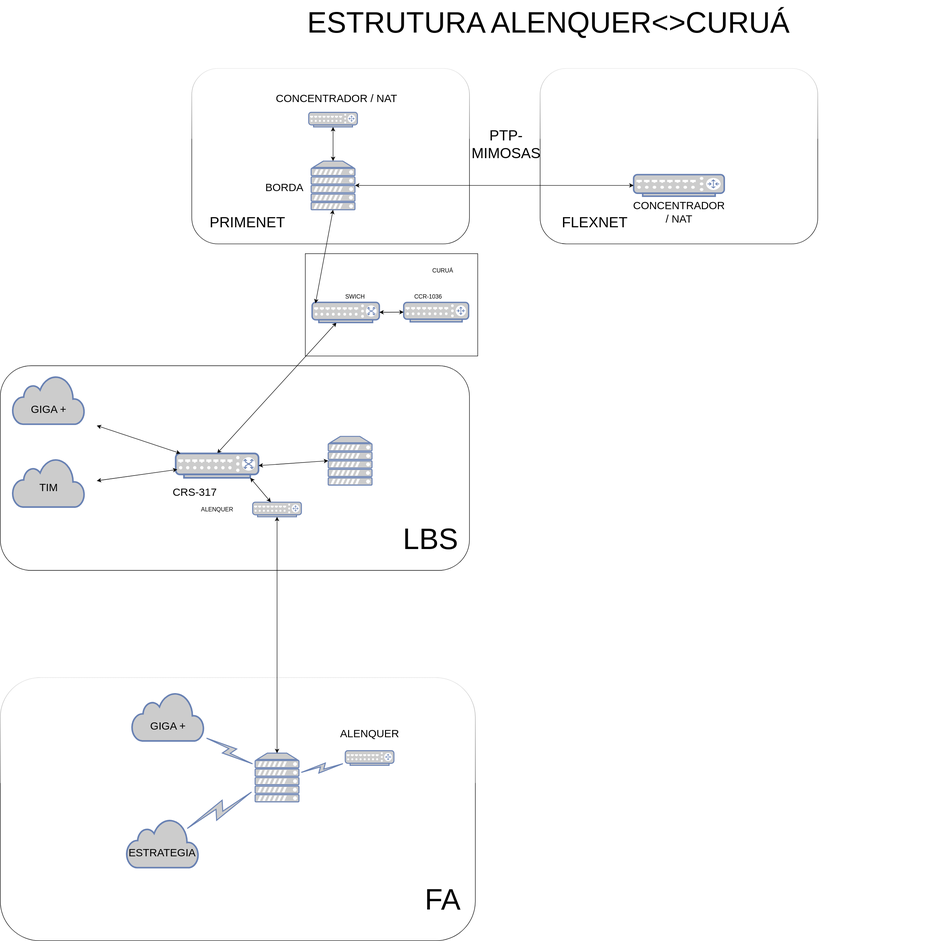
PauloOliveiraNOC/check_site_zabbix keeps this draw.io diagram as Diagrama sem nome.drawio.svg. Above is the earlier version. Source tidied: cells renumbered, new cells last; positions are measured from the earlier drawing's top-left corner, leaving out a move shared by most shapes. Its diagram source:
```xml
<mxGraphModel>
  <root>
    <mxCell id="0" />
    <mxCell id="1" parent="0" />
    <mxCell id="2" style="rounded=0;whiteSpace=wrap;html=1;" parent="1" vertex="1">
      <mxGeometry x="626" y="520" width="354" height="210" as="geometry" />
    </mxCell>
    <mxCell id="3" value="SWICH&lt;div&gt;&lt;br&gt;&lt;/div&gt;" style="text;html=1;align=center;verticalAlign=middle;whiteSpace=wrap;rounded=0;" parent="1" vertex="1">
      <mxGeometry x="628" y="570" width="200" height="90" as="geometry" />
    </mxCell>
    <mxCell id="4" style="rounded=1;whiteSpace=wrap;html=1;glass=1;" parent="1" vertex="1">
      <mxGeometry x="393" y="140" width="570" height="360" as="geometry" />
    </mxCell>
    <mxCell id="5" style="rounded=1;whiteSpace=wrap;html=1;glass=0;" parent="1" vertex="1">
      <mxGeometry y="750" width="963" height="420" as="geometry" />
    </mxCell>
    <mxCell id="6" style="html=1;fillColor=#CCCCCC;strokeColor=#6881B3;gradientColor=none;gradientDirection=north;strokeWidth=2;shape=mxgraph.networks.cloud;fontColor=#ffffff;" parent="1" vertex="1">
      <mxGeometry x="25" y="770" width="148" height="100" as="geometry" />
    </mxCell>
    <mxCell id="7" style="fontColor=#0066CC;verticalAlign=top;verticalLabelPosition=bottom;labelPosition=center;align=center;html=1;outlineConnect=0;fillColor=#CCCCCC;strokeColor=#6881B3;gradientColor=none;gradientDirection=north;strokeWidth=2;shape=mxgraph.networks.server;" parent="1" vertex="1">
      <mxGeometry x="673" y="895" width="90" height="100" as="geometry" />
    </mxCell>
    <mxCell id="8" value="&lt;font style=&quot;font-size: 22px;&quot;&gt;GIGA +&lt;/font&gt;" style="text;html=1;align=center;verticalAlign=middle;whiteSpace=wrap;rounded=0;" parent="1" vertex="1">
      <mxGeometry y="790" width="198" height="100" as="geometry" />
    </mxCell>
    <mxCell id="9" style="fontColor=#0066CC;verticalAlign=top;verticalLabelPosition=bottom;labelPosition=center;align=center;html=1;outlineConnect=0;fillColor=#CCCCCC;strokeColor=#6881B3;gradientColor=none;gradientDirection=north;strokeWidth=2;shape=mxgraph.networks.router;" parent="1" vertex="1">
      <mxGeometry x="518" y="1030" width="100" height="30" as="geometry" />
    </mxCell>
    <mxCell id="10" style="fontColor=#0066CC;verticalAlign=top;verticalLabelPosition=bottom;labelPosition=center;align=center;html=1;outlineConnect=0;fillColor=#CCCCCC;strokeColor=#6881B3;gradientColor=none;gradientDirection=north;strokeWidth=2;shape=mxgraph.networks.router;" parent="1" vertex="1">
      <mxGeometry x="828" y="620" width="133.3" height="40" as="geometry" />
    </mxCell>
    <mxCell id="11" value="CURUÁ" style="text;html=1;align=center;verticalAlign=middle;whiteSpace=wrap;rounded=0;" parent="1" vertex="1">
      <mxGeometry x="808" y="510" width="200" height="90" as="geometry" />
    </mxCell>
    <mxCell id="12" value="ALENQUER" style="text;html=1;align=center;verticalAlign=middle;whiteSpace=wrap;rounded=0;" parent="1" vertex="1">
      <mxGeometry x="345" y="1000" width="200" height="90" as="geometry" />
    </mxCell>
    <mxCell id="13" value="&lt;font style=&quot;font-size: 60px;&quot;&gt;LBS&lt;/font&gt;" style="text;html=1;align=center;verticalAlign=middle;whiteSpace=wrap;rounded=0;spacing=12;" parent="1" vertex="1">
      <mxGeometry x="783" y="1060" width="200" height="90" as="geometry" />
    </mxCell>
    <mxCell id="14" style="fontColor=#0066CC;verticalAlign=top;verticalLabelPosition=bottom;labelPosition=center;align=center;html=1;outlineConnect=0;fillColor=#CCCCCC;strokeColor=#6881B3;gradientColor=none;gradientDirection=north;strokeWidth=2;shape=mxgraph.networks.server;" parent="1" vertex="1">
      <mxGeometry x="638" y="330" width="90" height="100" as="geometry" />
    </mxCell>
    <mxCell id="15" style="endArrow=classic;startArrow=classic;html=1;rounded=0;exitX=0.5;exitY=0;exitDx=0;exitDy=0;exitPerimeter=0;" parent="1" edge="1" source="48" target="20">
      <mxGeometry relative="1" as="geometry" />
    </mxCell>
    <mxCell id="16" style="fontColor=#0066CC;verticalAlign=top;verticalLabelPosition=bottom;labelPosition=center;align=center;html=1;outlineConnect=0;fillColor=#CCCCCC;strokeColor=#6881B3;gradientColor=none;gradientDirection=north;strokeWidth=2;shape=mxgraph.networks.router;" parent="1" vertex="1">
      <mxGeometry x="633" y="230" width="100" height="30" as="geometry" />
    </mxCell>
    <mxCell id="17" style="endArrow=classic;startArrow=classic;html=1;rounded=0;exitX=0.5;exitY=0;exitDx=0;exitDy=0;exitPerimeter=0;entryX=0.5;entryY=1;entryDx=0;entryDy=0;entryPerimeter=0;" parent="1" edge="1" source="14" target="16">
      <mxGeometry relative="1" as="geometry" />
    </mxCell>
    <mxCell id="18" value="&lt;font style=&quot;font-size: 22px;&quot;&gt;BORDA&lt;/font&gt;" style="text;html=1;align=center;verticalAlign=middle;whiteSpace=wrap;rounded=0;" parent="1" vertex="1">
      <mxGeometry x="483" y="340" width="200" height="90" as="geometry" />
    </mxCell>
    <mxCell id="19" value="CONCENTRADOR / NAT" style="text;html=1;align=center;verticalAlign=middle;whiteSpace=wrap;rounded=0;fontSize=22;" parent="1" vertex="1">
      <mxGeometry x="530" y="130" width="319.7" height="143.8" as="geometry" />
    </mxCell>
    <mxCell id="20" style="fontColor=#0066CC;verticalAlign=top;verticalLabelPosition=bottom;labelPosition=center;align=center;html=1;outlineConnect=0;fillColor=#CCCCCC;strokeColor=#6881B3;gradientColor=none;gradientDirection=north;strokeWidth=2;shape=mxgraph.networks.switch;" parent="1" vertex="1">
      <mxGeometry x="640" y="620" width="138" height="41.4" as="geometry" />
    </mxCell>
    <mxCell id="21" style="endArrow=classic;startArrow=classic;html=1;rounded=0;entryX=0;entryY=0.5;entryDx=0;entryDy=0;entryPerimeter=0;" parent="1" edge="1" source="3" target="10">
      <mxGeometry relative="1" as="geometry" />
    </mxCell>
    <mxCell id="22" style="endArrow=classic;startArrow=classic;html=1;rounded=0;entryX=0;entryY=0.5;entryDx=0;entryDy=0;entryPerimeter=0;" parent="1" edge="1" source="20" target="10">
      <mxGeometry relative="1" as="geometry" />
    </mxCell>
    <mxCell id="23" value="&lt;div&gt;CCR-1036&lt;/div&gt;&lt;div&gt;&lt;br&gt;&lt;/div&gt;" style="text;html=1;align=center;verticalAlign=middle;whiteSpace=wrap;rounded=0;" parent="1" vertex="1">
      <mxGeometry x="778" y="570" width="200" height="90" as="geometry" />
    </mxCell>
    <mxCell id="24" style="endArrow=classic;startArrow=classic;html=1;rounded=0;exitX=0.5;exitY=1;exitDx=0;exitDy=0;exitPerimeter=0;entryX=0.05;entryY=0.05;entryDx=0;entryDy=0;entryPerimeter=0;" parent="1" edge="1" source="14" target="20">
      <mxGeometry relative="1" as="geometry" />
    </mxCell>
    <mxCell id="25" value="&lt;font style=&quot;font-size: 30px;&quot;&gt;PRIMENET&lt;/font&gt;" style="text;html=1;align=center;verticalAlign=middle;whiteSpace=wrap;rounded=0;spacing=12;" parent="1" vertex="1">
      <mxGeometry x="407" y="410" width="200" height="90" as="geometry" />
    </mxCell>
    <mxCell id="26" style="rounded=1;whiteSpace=wrap;html=1;glass=1;" parent="1" vertex="1">
      <mxGeometry x="1108" y="140" width="570" height="360" as="geometry" />
    </mxCell>
    <mxCell id="27" style="fontColor=#0066CC;verticalAlign=top;verticalLabelPosition=bottom;labelPosition=center;align=center;html=1;outlineConnect=0;fillColor=#CCCCCC;strokeColor=#6881B3;gradientColor=none;gradientDirection=north;strokeWidth=2;shape=mxgraph.networks.router;" parent="1" vertex="1">
      <mxGeometry x="1300" y="357.9" width="186" height="44.3" as="geometry" />
    </mxCell>
    <mxCell id="28" style="endArrow=classic;startArrow=classic;html=1;rounded=0;exitX=1;exitY=0.5;exitDx=0;exitDy=0;exitPerimeter=0;" parent="1" edge="1" source="14" target="27">
      <mxGeometry relative="1" as="geometry" />
    </mxCell>
    <mxCell id="29" value="CONCENTRADOR / NAT" style="text;html=1;align=center;verticalAlign=middle;whiteSpace=wrap;rounded=0;fontSize=22;" parent="1" vertex="1">
      <mxGeometry x="1293" y="390" width="200" height="90" as="geometry" />
    </mxCell>
    <mxCell id="30" value="&lt;font style=&quot;font-size: 30px;&quot;&gt;FLEXNET&lt;/font&gt;" style="text;html=1;align=center;verticalAlign=middle;whiteSpace=wrap;rounded=0;spacing=12;" parent="1" vertex="1">
      <mxGeometry x="1120" y="410" width="200" height="90" as="geometry" />
    </mxCell>
    <mxCell id="31" value="&lt;font style=&quot;font-size: 30px;&quot;&gt;PTP-MIMOSAS&lt;/font&gt;" style="text;html=1;align=center;verticalAlign=middle;whiteSpace=wrap;rounded=0;spacing=12;" parent="1" vertex="1">
      <mxGeometry x="938" y="250" width="200" height="90" as="geometry" />
    </mxCell>
    <mxCell id="32" value="&lt;font style=&quot;font-size: 60px;&quot;&gt;ESTRUTURA ALENQUER&amp;lt;&amp;gt;CURUÁ&lt;/font&gt;" style="text;html=1;align=center;verticalAlign=middle;whiteSpace=wrap;rounded=0;spacing=12;" parent="1" vertex="1">
      <mxGeometry x="330" width="1590" height="90" as="geometry" />
    </mxCell>
    <mxCell id="33" style="html=1;fillColor=#CCCCCC;strokeColor=#6881B3;gradientColor=none;gradientDirection=north;strokeWidth=2;shape=mxgraph.networks.cloud;fontColor=#ffffff;" parent="1" vertex="1">
      <mxGeometry x="25" y="940" width="148" height="100" as="geometry" />
    </mxCell>
    <mxCell id="34" value="&lt;font style=&quot;font-size: 22px;&quot;&gt;TIM&lt;/font&gt;" style="text;html=1;align=center;verticalAlign=middle;whiteSpace=wrap;rounded=0;" parent="1" vertex="1">
      <mxGeometry y="950" width="198" height="100" as="geometry" />
    </mxCell>
    <mxCell id="35" style="rounded=1;whiteSpace=wrap;html=1;glass=1;" parent="1" vertex="1">
      <mxGeometry y="1390" width="975" height="540" as="geometry" />
    </mxCell>
    <mxCell id="36" style="html=1;outlineConnect=0;fillColor=#CCCCCC;strokeColor=#6881B3;gradientColor=none;gradientDirection=north;strokeWidth=2;shape=mxgraph.networks.cloud;fontColor=#ffffff;" parent="1" vertex="1">
      <mxGeometry x="270" y="1420" width="148" height="100" as="geometry" />
    </mxCell>
    <mxCell id="37" style="fontColor=#0066CC;verticalAlign=top;verticalLabelPosition=bottom;labelPosition=center;align=center;html=1;outlineConnect=0;fillColor=#CCCCCC;strokeColor=#6881B3;gradientColor=none;gradientDirection=north;strokeWidth=2;shape=mxgraph.networks.server;" parent="1" vertex="1">
      <mxGeometry x="523" y="1545" width="90" height="100" as="geometry" />
    </mxCell>
    <mxCell id="38" style="html=1;outlineConnect=0;fillColor=#CCCCCC;strokeColor=#6881B3;gradientColor=none;gradientDirection=north;strokeWidth=2;shape=mxgraph.networks.comm_link_edge;html=1;rounded=0;" parent="1" edge="1" source="36" target="37">
      <mxGeometry relative="1" as="geometry" />
    </mxCell>
    <mxCell id="39" value="&lt;font style=&quot;font-size: 22px;&quot;&gt;GIGA +&lt;/font&gt;" style="text;html=1;align=center;verticalAlign=middle;whiteSpace=wrap;rounded=0;" parent="1" vertex="1">
      <mxGeometry x="245" y="1440" width="198" height="100" as="geometry" />
    </mxCell>
    <mxCell id="40" style="html=1;outlineConnect=0;fillColor=#CCCCCC;strokeColor=#6881B3;gradientColor=none;gradientDirection=north;strokeWidth=2;shape=mxgraph.networks.comm_link_edge;html=1;rounded=0;exitX=0.724;exitY=0.038;exitDx=0;exitDy=0;exitPerimeter=0;" parent="1" edge="1" source="46" target="37">
      <mxGeometry relative="1" as="geometry" />
    </mxCell>
    <mxCell id="41" style="html=1;outlineConnect=0;fillColor=#CCCCCC;strokeColor=#6881B3;gradientColor=none;gradientDirection=north;strokeWidth=2;shape=mxgraph.networks.comm_link_edge;html=1;rounded=0;" parent="1" edge="1" source="37" target="42">
      <mxGeometry relative="1" as="geometry" />
    </mxCell>
    <mxCell id="42" style="fontColor=#0066CC;verticalAlign=top;verticalLabelPosition=bottom;labelPosition=center;align=center;html=1;outlineConnect=0;fillColor=#CCCCCC;strokeColor=#6881B3;gradientColor=none;gradientDirection=north;strokeWidth=2;shape=mxgraph.networks.router;" parent="1" vertex="1">
      <mxGeometry x="708" y="1540" width="100" height="30" as="geometry" />
    </mxCell>
    <mxCell id="43" value="ALENQUER" style="text;html=1;align=center;verticalAlign=middle;whiteSpace=wrap;rounded=0;fontSize=22;" parent="1" vertex="1">
      <mxGeometry x="658" y="1460" width="200" height="90" as="geometry" />
    </mxCell>
    <mxCell id="44" value="&lt;font style=&quot;font-size: 60px;&quot;&gt;FA&lt;/font&gt;" style="text;html=1;align=center;verticalAlign=middle;whiteSpace=wrap;rounded=0;spacing=12;" parent="1" vertex="1">
      <mxGeometry x="808" y="1800" width="200" height="90" as="geometry" />
    </mxCell>
    <mxCell id="45" style="html=1;outlineConnect=0;fillColor=#CCCCCC;strokeColor=#6881B3;gradientColor=none;gradientDirection=north;strokeWidth=2;shape=mxgraph.networks.cloud;fontColor=#ffffff;" parent="1" vertex="1">
      <mxGeometry x="259" y="1680" width="148" height="100" as="geometry" />
    </mxCell>
    <mxCell id="46" value="&lt;font style=&quot;font-size: 22px;&quot;&gt;ESTRATEGIA&lt;/font&gt;" style="text;html=1;align=center;verticalAlign=middle;whiteSpace=wrap;rounded=0;" parent="1" vertex="1">
      <mxGeometry x="233" y="1700" width="198" height="100" as="geometry" />
    </mxCell>
    <mxCell id="47" style="endArrow=classic;startArrow=classic;html=1;rounded=0;entryX=0.5;entryY=0;entryDx=0;entryDy=0;entryPerimeter=0;exitX=0.5;exitY=1;exitDx=0;exitDy=0;exitPerimeter=0;" parent="1" edge="1" source="9" target="37">
      <mxGeometry relative="1" as="geometry" />
    </mxCell>
    <mxCell id="48" style="fontColor=#0066CC;verticalAlign=top;verticalLabelPosition=bottom;labelPosition=center;align=center;html=1;outlineConnect=0;fillColor=#CCCCCC;strokeColor=#6881B3;gradientColor=none;gradientDirection=north;strokeWidth=2;shape=mxgraph.networks.switch;fontSize=42;" parent="1" vertex="1">
      <mxGeometry x="360" y="930" width="170" height="50" as="geometry" />
    </mxCell>
    <mxCell id="49" value="&lt;font style=&quot;font-size: 22px;&quot;&gt;CRS-317&lt;/font&gt;" style="text;html=1;align=center;verticalAlign=middle;whiteSpace=wrap;rounded=0;" parent="1" vertex="1">
      <mxGeometry x="300" y="960" width="198" height="100" as="geometry" />
    </mxCell>
    <mxCell id="50" style="endArrow=classic;startArrow=classic;html=1;rounded=0;entryX=0.32;entryY=0.029;entryDx=0;entryDy=0;entryPerimeter=0;" parent="1" edge="1" source="34" target="49">
      <mxGeometry relative="1" as="geometry" />
    </mxCell>
    <mxCell id="51" style="endArrow=classic;startArrow=classic;html=1;rounded=0;" parent="1" edge="1" source="8" target="48">
      <mxGeometry relative="1" as="geometry" />
    </mxCell>
    <mxCell id="52" style="endArrow=classic;startArrow=classic;html=1;rounded=0;entryX=0;entryY=0.5;entryDx=0;entryDy=0;entryPerimeter=0;exitX=1;exitY=0.5;exitDx=0;exitDy=0;exitPerimeter=0;" parent="1" edge="1" source="48" target="7">
      <mxGeometry relative="1" as="geometry" />
    </mxCell>
    <mxCell id="53" style="endArrow=classic;startArrow=classic;html=1;rounded=0;entryX=0.9;entryY=1;entryDx=0;entryDy=0;entryPerimeter=0;" parent="1" edge="1" source="9" target="48">
      <mxGeometry relative="1" as="geometry" />
    </mxCell>
  </root>
</mxGraphModel>
```
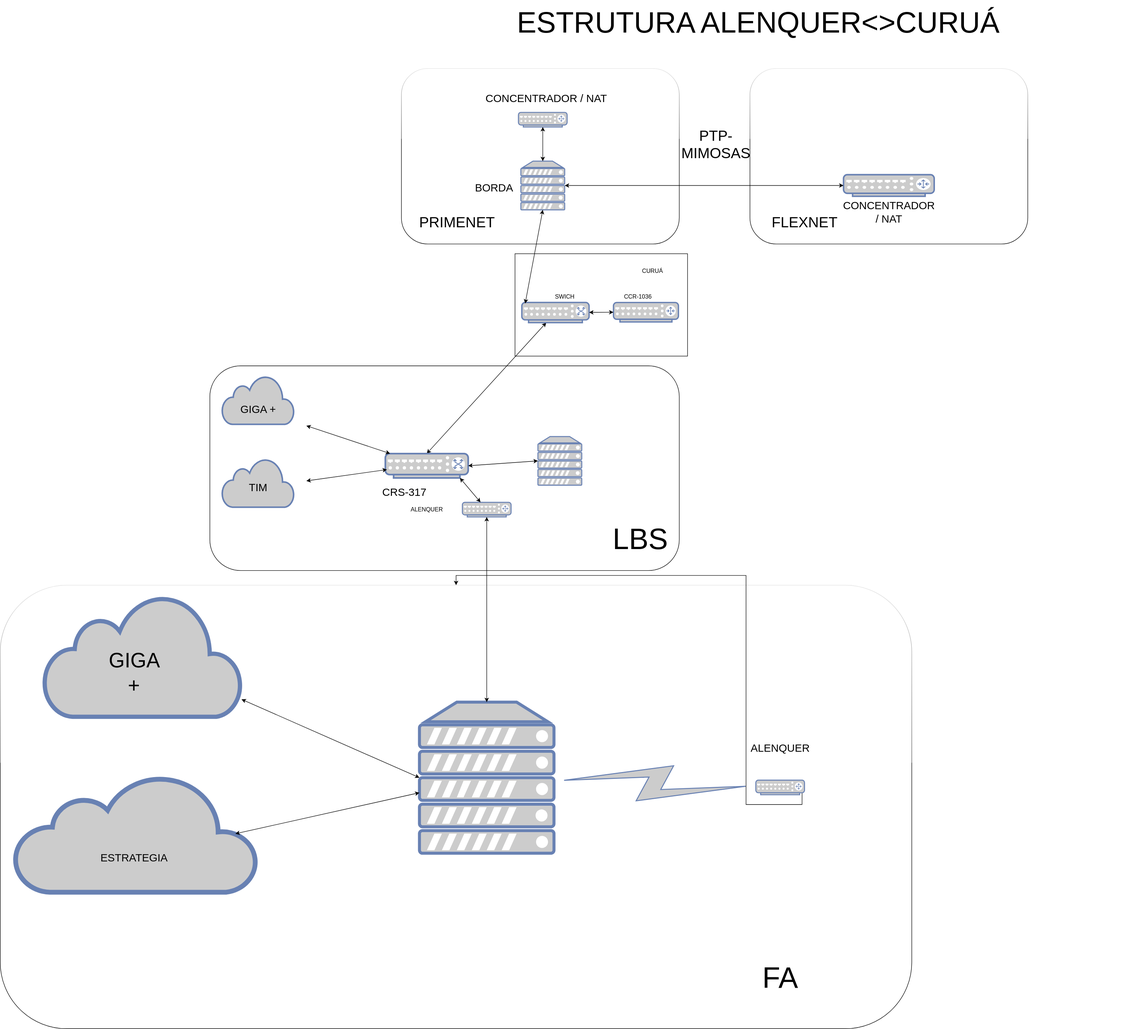
Later version of the same file.

The edit, as a diff of the source:
```diff
@@ -102,40 +102,37 @@
       <mxGeometry y="950" width="198" height="100" as="geometry" />
     </mxCell>
     <mxCell id="35" style="rounded=1;whiteSpace=wrap;html=1;glass=1;" parent="1" vertex="1">
-      <mxGeometry y="1390" width="975" height="540" as="geometry" />
+      <mxGeometry x="-430" y="1200" width="1870" height="910" as="geometry" />
     </mxCell>
     <mxCell id="36" style="html=1;outlineConnect=0;fillColor=#CCCCCC;strokeColor=#6881B3;gradientColor=none;gradientDirection=north;strokeWidth=2;shape=mxgraph.networks.cloud;fontColor=#ffffff;" parent="1" vertex="1">
-      <mxGeometry x="270" y="1420" width="148" height="100" as="geometry" />
+      <mxGeometry x="-340" y="1220" width="405" height="250" as="geometry" />
     </mxCell>
     <mxCell id="37" style="fontColor=#0066CC;verticalAlign=top;verticalLabelPosition=bottom;labelPosition=center;align=center;html=1;outlineConnect=0;fillColor=#CCCCCC;strokeColor=#6881B3;gradientColor=none;gradientDirection=north;strokeWidth=2;shape=mxgraph.networks.server;" parent="1" vertex="1">
-      <mxGeometry x="523" y="1545" width="90" height="100" as="geometry" />
+      <mxGeometry x="430" y="1440" width="276" height="310" as="geometry" />
     </mxCell>
-    <mxCell id="38" style="html=1;outlineConnect=0;fillColor=#CCCCCC;strokeColor=#6881B3;gradientColor=none;gradientDirection=north;strokeWidth=2;shape=mxgraph.networks.comm_link_edge;html=1;rounded=0;" parent="1" edge="1" source="36" target="37">
-      <mxGeometry relative="1" as="geometry" />
-    </mxCell>
-    <mxCell id="39" value="&lt;font style=&quot;font-size: 22px;&quot;&gt;GIGA +&lt;/font&gt;" style="text;html=1;align=center;verticalAlign=middle;whiteSpace=wrap;rounded=0;" parent="1" vertex="1">
-      <mxGeometry x="245" y="1440" width="198" height="100" as="geometry" />
+    <mxCell id="39" value="&lt;font style=&quot;font-size: 42px;&quot;&gt;GIGA +&lt;/font&gt;" style="text;html=1;align=center;verticalAlign=middle;whiteSpace=wrap;rounded=0;" parent="1" vertex="1">
+      <mxGeometry x="-180" y="1350" width="48" height="60" as="geometry" />
     </mxCell>
-    <mxCell id="40" style="html=1;outlineConnect=0;fillColor=#CCCCCC;strokeColor=#6881B3;gradientColor=none;gradientDirection=north;strokeWidth=2;shape=mxgraph.networks.comm_link_edge;html=1;rounded=0;exitX=0.724;exitY=0.038;exitDx=0;exitDy=0;exitPerimeter=0;" parent="1" edge="1" source="46" target="37">
-      <mxGeometry relative="1" as="geometry" />
-    </mxCell>
     <mxCell id="41" style="html=1;outlineConnect=0;fillColor=#CCCCCC;strokeColor=#6881B3;gradientColor=none;gradientDirection=north;strokeWidth=2;shape=mxgraph.networks.comm_link_edge;html=1;rounded=0;" parent="1" edge="1" source="37" target="42">
       <mxGeometry relative="1" as="geometry" />
     </mxCell>
+    <mxCell id="54" style="edgeStyle=orthogonalEdgeStyle;rounded=0;jettySize=auto;html=1;exitX=0.95;exitY=0.05;exitDx=0;exitDy=0;exitPerimeter=0;" parent="1" edge="1" source="42" target="35">
+      <mxGeometry relative="1" as="geometry" />
+    </mxCell>
     <mxCell id="42" style="fontColor=#0066CC;verticalAlign=top;verticalLabelPosition=bottom;labelPosition=center;align=center;html=1;outlineConnect=0;fillColor=#CCCCCC;strokeColor=#6881B3;gradientColor=none;gradientDirection=north;strokeWidth=2;shape=mxgraph.networks.router;" parent="1" vertex="1">
-      <mxGeometry x="708" y="1540" width="100" height="30" as="geometry" />
+      <mxGeometry x="1120" y="1600" width="100" height="30" as="geometry" />
     </mxCell>
     <mxCell id="43" value="ALENQUER" style="text;html=1;align=center;verticalAlign=middle;whiteSpace=wrap;rounded=0;fontSize=22;" parent="1" vertex="1">
-      <mxGeometry x="658" y="1460" width="200" height="90" as="geometry" />
+      <mxGeometry x="1070" y="1490" width="200" height="90" as="geometry" />
     </mxCell>
     <mxCell id="44" value="&lt;font style=&quot;font-size: 60px;&quot;&gt;FA&lt;/font&gt;" style="text;html=1;align=center;verticalAlign=middle;whiteSpace=wrap;rounded=0;spacing=12;" parent="1" vertex="1">
-      <mxGeometry x="808" y="1800" width="200" height="90" as="geometry" />
+      <mxGeometry x="1040" y="1940" width="260" height="130" as="geometry" />
     </mxCell>
     <mxCell id="45" style="html=1;outlineConnect=0;fillColor=#CCCCCC;strokeColor=#6881B3;gradientColor=none;gradientDirection=north;strokeWidth=2;shape=mxgraph.networks.cloud;fontColor=#ffffff;" parent="1" vertex="1">
-      <mxGeometry x="259" y="1680" width="148" height="100" as="geometry" />
+      <mxGeometry x="-400" y="1590" width="497" height="240" as="geometry" />
     </mxCell>
     <mxCell id="46" value="&lt;font style=&quot;font-size: 22px;&quot;&gt;ESTRATEGIA&lt;/font&gt;" style="text;html=1;align=center;verticalAlign=middle;whiteSpace=wrap;rounded=0;" parent="1" vertex="1">
-      <mxGeometry x="233" y="1700" width="198" height="100" as="geometry" />
+      <mxGeometry x="-211.5" y="1720" width="111" height="80" as="geometry" />
     </mxCell>
     <mxCell id="47" style="endArrow=classic;startArrow=classic;html=1;rounded=0;entryX=0.5;entryY=0;entryDx=0;entryDy=0;entryPerimeter=0;exitX=0.5;exitY=1;exitDx=0;exitDy=0;exitPerimeter=0;" parent="1" edge="1" source="9" target="37">
       <mxGeometry relative="1" as="geometry" />
@@ -158,5 +155,11 @@
     <mxCell id="53" style="endArrow=classic;startArrow=classic;html=1;rounded=0;entryX=0.9;entryY=1;entryDx=0;entryDy=0;entryPerimeter=0;" parent="1" edge="1" source="9" target="48">
       <mxGeometry relative="1" as="geometry" />
     </mxCell>
+    <mxCell id="55" style="endArrow=classic;startArrow=classic;html=1;rounded=0;entryX=0.91;entryY=0.5;entryDx=0;entryDy=0;entryPerimeter=0;" parent="1" edge="1" source="37" target="45">
+      <mxGeometry relative="1" as="geometry" />
+    </mxCell>
+    <mxCell id="56" style="endArrow=classic;startArrow=classic;html=1;rounded=0;exitX=0;exitY=0.5;exitDx=0;exitDy=0;exitPerimeter=0;" parent="1" edge="1" source="37" target="36">
+      <mxGeometry relative="1" as="geometry" />
+    </mxCell>
   </root>
 </mxGraphModel>
```
